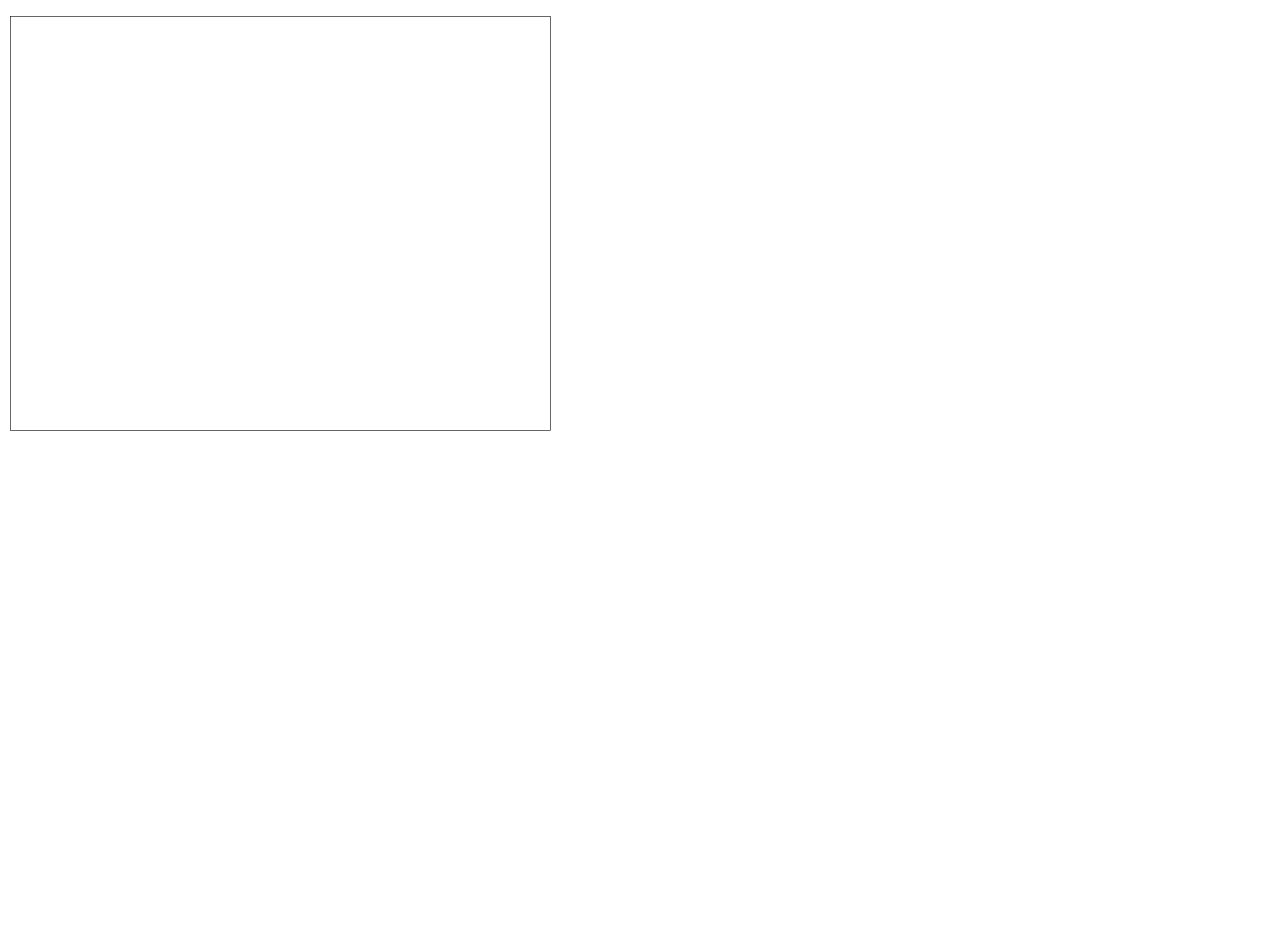
Above: Diagrama sin título.drawio in AlbertoConejeroh/Calculadora (draw.io), before the change. Source tidied: cells renumbered, new cells numbered last; positions are measured from the earlier drawing's top-left corner, leaving out a move shared by most shapes. Both pictures are drawn from the tidied source at 60%, with x=0, y=0 at pixel (10, 16).
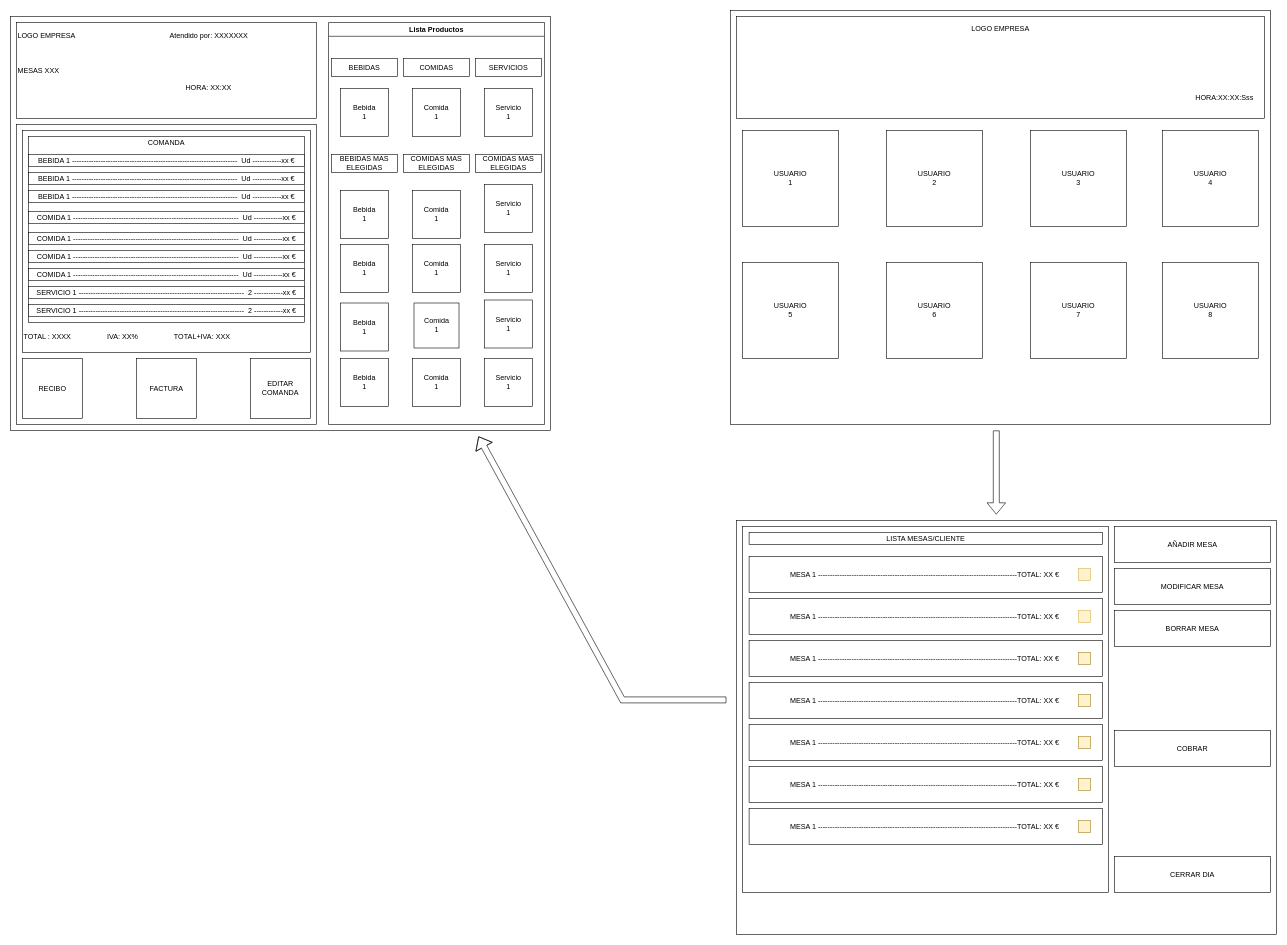
The same diagram, later.

Change to the diagram source:
```diff
@@
+    <mxCell id="3" style="whiteSpace=wrap;html=1;" parent="1" vertex="1">
+      <mxGeometry x="10" y="180" width="500" height="500" as="geometry" />
+    </mxCell>
+    <mxCell id="4" value="&lt;div&gt;&lt;br&gt;&lt;/div&gt;&lt;div&gt;&lt;br&gt;&lt;/div&gt;&lt;div&gt;&lt;br&gt;&lt;/div&gt;&lt;div&gt;&lt;br&gt;&lt;/div&gt;&lt;div&gt;&lt;br&gt;&lt;/div&gt;&lt;div&gt;&lt;br&gt;&lt;/div&gt;&lt;div&gt;&lt;br&gt;&lt;/div&gt;&lt;div&gt;&lt;br&gt;&lt;/div&gt;&lt;div&gt;&lt;br&gt;&lt;/div&gt;&lt;div&gt;&lt;br&gt;&lt;/div&gt;&lt;div&gt;&lt;br&gt;&lt;/div&gt;&lt;div&gt;&lt;br&gt;&lt;/div&gt;&lt;div&gt;&lt;br&gt;&lt;/div&gt;&lt;div&gt;&lt;br&gt;&lt;/div&gt;&lt;div&gt;&lt;br&gt;&lt;/div&gt;&lt;div&gt;&lt;br&gt;&lt;/div&gt;&lt;div&gt;&lt;br&gt;&lt;/div&gt;&lt;div&gt;&lt;br&gt;&lt;/div&gt;&lt;div&gt;&lt;br&gt;&lt;/div&gt;&lt;div&gt;&lt;br&gt;&lt;/div&gt;&lt;div&gt;&lt;br&gt;&lt;/div&gt;&lt;div&gt;&lt;br&gt;&lt;/div&gt;TOTAL : XXXX&amp;nbsp; &amp;nbsp; &amp;nbsp; &amp;nbsp; &amp;nbsp; &amp;nbsp; &amp;nbsp; &amp;nbsp; &amp;nbsp; IVA: XX%&amp;nbsp; &amp;nbsp; &amp;nbsp; &amp;nbsp; &amp;nbsp; &amp;nbsp; &amp;nbsp; &amp;nbsp; &amp;nbsp; TOTAL+IVA: XXX&amp;nbsp; &amp;nbsp; &amp;nbsp; &amp;nbsp; &amp;nbsp; &amp;nbsp; &amp;nbsp;&amp;nbsp;" style="rounded=0;whiteSpace=wrap;html=1;align=left;" parent="1" vertex="1">
+      <mxGeometry x="20" y="190" width="480" height="370" as="geometry" />
+    </mxCell>
+    <mxCell id="5" value="FACTURA" style="whiteSpace=wrap;html=1;" parent="1" vertex="1">
+      <mxGeometry x="210" y="570" width="100" height="100" as="geometry" />
+    </mxCell>
+    <mxCell id="6" value="RECIBO" style="whiteSpace=wrap;html=1;" parent="1" vertex="1">
+      <mxGeometry x="20" y="570" width="100" height="100" as="geometry" />
+    </mxCell>
+    <mxCell id="7" value="EDITAR COMANDA" style="whiteSpace=wrap;html=1;" parent="1" vertex="1">
+      <mxGeometry x="400" y="570" width="100" height="100" as="geometry" />
+    </mxCell>
+    <mxCell id="8" style="edgeStyle=orthogonalEdgeStyle;rounded=0;orthogonalLoop=1;jettySize=auto;html=1;exitX=0.5;exitY=1;exitDx=0;exitDy=0;" parent="1" edge="1" source="3" target="3">
+      <mxGeometry relative="1" as="geometry" />
+    </mxCell>
+    <mxCell id="9" value="Lista Productos" style="swimlane;whiteSpace=wrap;html=1;" parent="1" vertex="1">
+      <mxGeometry x="530" y="10" width="360" height="670" as="geometry" />
+    </mxCell>
+    <mxCell id="10" value="Bebida&lt;div&gt;1&lt;/div&gt;" style="whiteSpace=wrap;html=1;" parent="9" vertex="1">
+      <mxGeometry x="20" y="467.5" width="80" height="80" as="geometry" />
+    </mxCell>
+    <mxCell id="11" value="Bebida&lt;div&gt;1&lt;/div&gt;" style="whiteSpace=wrap;html=1;" parent="9" vertex="1">
+      <mxGeometry x="20" y="280" width="80" height="80" as="geometry" />
+    </mxCell>
+    <mxCell id="12" value="Comida&lt;div&gt;1&lt;/div&gt;" style="whiteSpace=wrap;html=1;" parent="9" vertex="1">
+      <mxGeometry x="142.5" y="467.5" width="75" height="75" as="geometry" />
+    </mxCell>
+    <mxCell id="13" value="Servicio&lt;div&gt;1&lt;/div&gt;" style="whiteSpace=wrap;html=1;" parent="9" vertex="1">
+      <mxGeometry x="260" y="270" width="80" height="80" as="geometry" />
+    </mxCell>
+    <mxCell id="14" value="Servicio&lt;div&gt;1&lt;/div&gt;" style="whiteSpace=wrap;html=1;" parent="9" vertex="1">
+      <mxGeometry x="260" y="462.5" width="80" height="80" as="geometry" />
+    </mxCell>
+    <mxCell id="15" value="Bebida&lt;div&gt;1&lt;/div&gt;" style="whiteSpace=wrap;html=1;" parent="9" vertex="1">
+      <mxGeometry x="20" y="110" width="80" height="80" as="geometry" />
+    </mxCell>
+    <mxCell id="16" value="Comida&lt;div&gt;1&lt;/div&gt;" style="whiteSpace=wrap;html=1;" parent="9" vertex="1">
+      <mxGeometry x="140" y="370" width="80" height="80" as="geometry" />
+    </mxCell>
+    <mxCell id="17" value="Comida&lt;div&gt;1&lt;/div&gt;" style="whiteSpace=wrap;html=1;" parent="9" vertex="1">
+      <mxGeometry x="140" y="110" width="80" height="80" as="geometry" />
+    </mxCell>
+    <mxCell id="18" value="Servicio&lt;div&gt;1&lt;/div&gt;" style="whiteSpace=wrap;html=1;" parent="9" vertex="1">
+      <mxGeometry x="260" y="110" width="80" height="80" as="geometry" />
+    </mxCell>
+    <mxCell id="19" value="COMIDAS" style="rounded=0;whiteSpace=wrap;html=1;" parent="9" vertex="1">
+      <mxGeometry x="125" y="60" width="110" height="30" as="geometry" />
+    </mxCell>
+    <mxCell id="20" value="SERVICIOS" style="rounded=0;whiteSpace=wrap;html=1;" parent="9" vertex="1">
+      <mxGeometry x="245" y="60" width="110" height="30" as="geometry" />
+    </mxCell>
+    <mxCell id="21" value="COMIDAS MAS ELEGIDAS" style="rounded=0;whiteSpace=wrap;html=1;" parent="9" vertex="1">
+      <mxGeometry x="125" y="220" width="110" height="30" as="geometry" />
+    </mxCell>
+    <mxCell id="22" value="COMIDAS MAS ELEGIDAS" style="rounded=0;whiteSpace=wrap;html=1;" parent="9" vertex="1">
+      <mxGeometry x="245" y="220" width="110" height="30" as="geometry" />
+    </mxCell>
+    <mxCell id="23" value="BEBIDAS MAS ELEGIDAS" style="rounded=0;whiteSpace=wrap;html=1;" parent="9" vertex="1">
+      <mxGeometry x="5" y="220" width="110" height="30" as="geometry" />
+    </mxCell>
+    <mxCell id="24" value="Bebida&lt;div&gt;1&lt;/div&gt;" style="whiteSpace=wrap;html=1;" parent="9" vertex="1">
+      <mxGeometry x="20" y="370" width="80" height="80" as="geometry" />
+    </mxCell>
+    <mxCell id="25" value="Comida&lt;div&gt;1&lt;/div&gt;" style="whiteSpace=wrap;html=1;" parent="9" vertex="1">
+      <mxGeometry x="140" y="280" width="80" height="80" as="geometry" />
+    </mxCell>
+    <mxCell id="26" value="Servicio&lt;div&gt;1&lt;/div&gt;" style="whiteSpace=wrap;html=1;" parent="9" vertex="1">
+      <mxGeometry x="260" y="370" width="80" height="80" as="geometry" />
+    </mxCell>
+    <mxCell id="27" value="BEBIDAS" style="rounded=0;whiteSpace=wrap;html=1;" parent="9" vertex="1">
+      <mxGeometry x="5" y="60" width="110" height="30" as="geometry" />
+    </mxCell>
+    <mxCell id="28" value="Bebida&lt;div&gt;1&lt;/div&gt;" style="whiteSpace=wrap;html=1;" parent="1" vertex="1">
+      <mxGeometry x="550" y="570" width="80" height="80" as="geometry" />
+    </mxCell>
+    <mxCell id="29" value="Servicio&lt;div&gt;1&lt;/div&gt;" style="whiteSpace=wrap;html=1;" parent="1" vertex="1">
+      <mxGeometry x="790" y="570" width="80" height="80" as="geometry" />
+    </mxCell>
+    <mxCell id="30" value="Comida&lt;div&gt;1&lt;/div&gt;" style="whiteSpace=wrap;html=1;" parent="1" vertex="1">
+      <mxGeometry x="670" y="570" width="80" height="80" as="geometry" />
+    </mxCell>
+    <mxCell id="31" value="LOGO EMPRESA&amp;nbsp; &amp;nbsp; &amp;nbsp; &amp;nbsp; &amp;nbsp; &amp;nbsp; &amp;nbsp; &amp;nbsp; &amp;nbsp; &amp;nbsp; &amp;nbsp; &amp;nbsp; &amp;nbsp; &amp;nbsp; &amp;nbsp; &amp;nbsp; &amp;nbsp; &amp;nbsp; &amp;nbsp; &amp;nbsp; &amp;nbsp; &amp;nbsp; &amp;nbsp; &amp;nbsp;Atendido por: XXXXXXX&lt;div&gt;&lt;br&gt;&lt;/div&gt;&lt;div&gt;&lt;br&gt;&lt;/div&gt;&lt;div&gt;&lt;br&gt;&lt;/div&gt;&lt;div&gt;MESAS XXX&lt;/div&gt;&lt;div&gt;&lt;br&gt;&lt;/div&gt;&lt;blockquote style=&quot;margin: 0 0 0 40px; border: none; padding: 0px;&quot;&gt;&lt;blockquote style=&quot;margin: 0 0 0 40px; border: none; padding: 0px;&quot;&gt;&lt;blockquote style=&quot;margin: 0 0 0 40px; border: none; padding: 0px;&quot;&gt;&lt;blockquote style=&quot;margin: 0 0 0 40px; border: none; padding: 0px;&quot;&gt;&lt;blockquote style=&quot;margin: 0 0 0 40px; border: none; padding: 0px;&quot;&gt;&lt;blockquote style=&quot;margin: 0 0 0 40px; border: none; padding: 0px;&quot;&gt;&lt;blockquote style=&quot;margin: 0 0 0 40px; border: none; padding: 0px;&quot;&gt;&lt;div&gt;HORA: XX:XX&lt;/div&gt;&lt;/blockquote&gt;&lt;/blockquote&gt;&lt;/blockquote&gt;&lt;/blockquote&gt;&lt;/blockquote&gt;&lt;/blockquote&gt;&lt;/blockquote&gt;&lt;div&gt;&lt;br&gt;&lt;/div&gt;&lt;div&gt;&lt;br&gt;&lt;/div&gt;" style="rounded=0;whiteSpace=wrap;html=1;align=left;" parent="1" vertex="1">
+      <mxGeometry x="10" y="10" width="500" height="160" as="geometry" />
+    </mxCell>
+    <mxCell id="32" style="rounded=0;whiteSpace=wrap;html=1;" parent="1" vertex="1">
+      <mxGeometry x="1200" y="-10" width="900" height="690" as="geometry" />
+    </mxCell>
+    <mxCell id="33" value="LOGO EMPRESA&lt;div&gt;&lt;br&gt;&lt;/div&gt;&lt;div&gt;&lt;br&gt;&lt;/div&gt;&lt;div&gt;&lt;br&gt;&lt;/div&gt;&lt;div&gt;&lt;br&gt;&lt;/div&gt;&lt;div&gt;&lt;br&gt;&lt;/div&gt;&lt;div style=&quot;text-align: left;&quot;&gt;&lt;br&gt;&lt;/div&gt;&lt;div&gt;&lt;br&gt;&lt;/div&gt;&lt;div&gt;&lt;span style=&quot;white-space: pre;&quot;&gt;&#9;&lt;/span&gt;&lt;span style=&quot;white-space: pre;&quot;&gt;&#9;&lt;/span&gt;&lt;span style=&quot;white-space: pre;&quot;&gt;&#9;&lt;/span&gt;&lt;span style=&quot;white-space: pre;&quot;&gt;&#9;&lt;/span&gt;&lt;span style=&quot;white-space: pre;&quot;&gt;&#9;&lt;/span&gt;&lt;span style=&quot;white-space: pre;&quot;&gt;&#9;&lt;/span&gt;&lt;span style=&quot;white-space: pre;&quot;&gt;&#9;&lt;/span&gt;&lt;span style=&quot;white-space: pre;&quot;&gt;&#9;&lt;/span&gt;&lt;span style=&quot;white-space: pre;&quot;&gt;&#9;&lt;/span&gt;&lt;span style=&quot;white-space: pre;&quot;&gt;&#9;&lt;/span&gt;&lt;span style=&quot;white-space: pre;&quot;&gt;&#9;&lt;/span&gt;&lt;span style=&quot;white-space: pre;&quot;&gt;&#9;&lt;/span&gt;&lt;span style=&quot;white-space: pre;&quot;&gt;&#9;&lt;/span&gt;&lt;span style=&quot;white-space: pre;&quot;&gt;&#9;&lt;/span&gt;&lt;span style=&quot;white-space: pre;&quot;&gt;&#9;&lt;/span&gt;&lt;span style=&quot;white-space: pre;&quot;&gt;&#9;&lt;/span&gt;&lt;span style=&quot;white-space: pre;&quot;&gt;&#9;&lt;/span&gt;&lt;span style=&quot;white-space: pre;&quot;&gt;&#9;&lt;/span&gt;&lt;span style=&quot;white-space: pre;&quot;&gt;&#9;&lt;/span&gt;&lt;span style=&quot;white-space: pre;&quot;&gt;&#9;&lt;/span&gt;&lt;span style=&quot;white-space: pre;&quot;&gt;&#9;&lt;/span&gt;&lt;span style=&quot;white-space: pre;&quot;&gt;&#9;&lt;/span&gt;&lt;span style=&quot;white-space: pre;&quot;&gt;&#9;&lt;/span&gt;&lt;span style=&quot;white-space: pre;&quot;&gt;&#9;&lt;/span&gt;&lt;span style=&quot;white-space: pre;&quot;&gt;&#9;&lt;/span&gt;&lt;span style=&quot;white-space: pre;&quot;&gt;&#9;&lt;/span&gt;&lt;span style=&quot;white-space: pre;&quot;&gt;&#9;&lt;/span&gt;&lt;span style=&quot;white-space: pre;&quot;&gt;&#9;&lt;/span&gt;HORA:XX:XX:Sss&lt;/div&gt;&lt;div style=&quot;padding-top: 0px; padding-right: 0px; padding-left: 0px;&quot;&gt;&lt;br&gt;&lt;/div&gt;" style="rounded=0;whiteSpace=wrap;html=1;" parent="1" vertex="1">
+      <mxGeometry x="1210" width="880" height="170" as="geometry" />
+    </mxCell>
+    <mxCell id="34" value="USUARIO&lt;div&gt;1&lt;/div&gt;" style="whiteSpace=wrap;html=1;" parent="1" vertex="1">
+      <mxGeometry x="1220" y="190" width="160" height="160" as="geometry" />
+    </mxCell>
+    <mxCell id="35" value="USUARIO&lt;div&gt;2&lt;/div&gt;" style="whiteSpace=wrap;html=1;" parent="1" vertex="1">
+      <mxGeometry x="1460" y="190" width="160" height="160" as="geometry" />
+    </mxCell>
+    <mxCell id="36" value="USUARIO&lt;div&gt;3&lt;/div&gt;" style="whiteSpace=wrap;html=1;" parent="1" vertex="1">
+      <mxGeometry x="1700" y="190" width="160" height="160" as="geometry" />
+    </mxCell>
+    <mxCell id="37" value="USUARIO&lt;div&gt;4&lt;/div&gt;" style="whiteSpace=wrap;html=1;" parent="1" vertex="1">
+      <mxGeometry x="1920" y="190" width="160" height="160" as="geometry" />
+    </mxCell>
+    <mxCell id="38" value="USUARIO&lt;div&gt;5&lt;/div&gt;" style="whiteSpace=wrap;html=1;" parent="1" vertex="1">
+      <mxGeometry x="1220" y="410" width="160" height="160" as="geometry" />
+    </mxCell>
+    <mxCell id="39" value="USUARIO&lt;div&gt;6&lt;/div&gt;" style="whiteSpace=wrap;html=1;" parent="1" vertex="1">
+      <mxGeometry x="1460" y="410" width="160" height="160" as="geometry" />
+    </mxCell>
+    <mxCell id="40" value="USUARIO&lt;div&gt;8&lt;/div&gt;" style="whiteSpace=wrap;html=1;" parent="1" vertex="1">
+      <mxGeometry x="1920" y="410" width="160" height="160" as="geometry" />
+    </mxCell>
+    <mxCell id="41" value="USUARIO&lt;div&gt;7&lt;/div&gt;" style="whiteSpace=wrap;html=1;" parent="1" vertex="1">
+      <mxGeometry x="1700" y="410" width="160" height="160" as="geometry" />
+    </mxCell>
+    <mxCell id="42" style="shape=flexArrow;endArrow=classic;html=1;rounded=0;" parent="1" edge="1">
+      <mxGeometry relative="1" as="geometry">
+        <mxPoint x="1643" y="690" as="sourcePoint" />
+        <mxPoint x="1643" y="830" as="targetPoint" />
+      </mxGeometry>
+    </mxCell>
+    <mxCell id="43" style="rounded=0;whiteSpace=wrap;html=1;" parent="1" vertex="1">
+      <mxGeometry x="1210" y="840" width="900" height="690" as="geometry" />
+    </mxCell>
+    <mxCell id="44" style="whiteSpace=wrap;html=1;" parent="1" vertex="1">
+      <mxGeometry x="1220" y="850" width="610" height="610" as="geometry" />
+    </mxCell>
+    <mxCell id="45" value="AÑADIR MESA" style="rounded=0;whiteSpace=wrap;html=1;" parent="1" vertex="1">
+      <mxGeometry x="1840" y="850" width="260" height="60" as="geometry" />
+    </mxCell>
+    <mxCell id="46" value="BORRAR MESA" style="rounded=0;whiteSpace=wrap;html=1;" parent="1" vertex="1">
+      <mxGeometry x="1840" y="990" width="260" height="60" as="geometry" />
+    </mxCell>
+    <mxCell id="47" value="MODIFICAR MESA" style="rounded=0;whiteSpace=wrap;html=1;" parent="1" vertex="1">
+      <mxGeometry x="1840" y="920" width="260" height="60" as="geometry" />
+    </mxCell>
+    <mxCell id="48" value="CERRAR DIA" style="rounded=0;whiteSpace=wrap;html=1;" parent="1" vertex="1">
+      <mxGeometry x="1840" y="1400" width="260" height="60" as="geometry" />
+    </mxCell>
+    <mxCell id="49" value="LISTA MESAS/CLIENTE" style="rounded=0;whiteSpace=wrap;html=1;" parent="1" vertex="1">
+      <mxGeometry x="1231" y="860" width="589" height="20" as="geometry" />
+    </mxCell>
+    <mxCell id="50" value="MESA 1 -----------------------------------------------------------------------------------TOTAL: XX €&amp;nbsp;" style="rounded=0;whiteSpace=wrap;html=1;" parent="1" vertex="1">
+      <mxGeometry x="1231" y="900" width="589" height="60" as="geometry" />
+    </mxCell>
+    <mxCell id="51" value="MESA 1 -----------------------------------------------------------------------------------TOTAL: XX €&amp;nbsp;" style="rounded=0;whiteSpace=wrap;html=1;" parent="1" vertex="1">
+      <mxGeometry x="1231" y="970" width="589" height="60" as="geometry" />
+    </mxCell>
+    <mxCell id="52" value="MESA 1 -----------------------------------------------------------------------------------TOTAL: XX €&amp;nbsp;" style="rounded=0;whiteSpace=wrap;html=1;" parent="1" vertex="1">
+      <mxGeometry x="1231" y="1040" width="589" height="60" as="geometry" />
+    </mxCell>
+    <mxCell id="53" value="MESA 1 -----------------------------------------------------------------------------------TOTAL: XX €&amp;nbsp;" style="rounded=0;whiteSpace=wrap;html=1;" parent="1" vertex="1">
+      <mxGeometry x="1231" y="1110" width="589" height="60" as="geometry" />
+    </mxCell>
+    <mxCell id="54" value="MESA 1 -----------------------------------------------------------------------------------TOTAL: XX €&amp;nbsp;" style="rounded=0;whiteSpace=wrap;html=1;" parent="1" vertex="1">
+      <mxGeometry x="1231" y="1180" width="589" height="60" as="geometry" />
+    </mxCell>
+    <mxCell id="55" value="MESA 1 -----------------------------------------------------------------------------------TOTAL: XX €&amp;nbsp;" style="rounded=0;whiteSpace=wrap;html=1;" parent="1" vertex="1">
+      <mxGeometry x="1231" y="1250" width="589" height="60" as="geometry" />
+    </mxCell>
+    <mxCell id="56" value="MESA 1 -----------------------------------------------------------------------------------TOTAL: XX €&amp;nbsp;" style="rounded=0;whiteSpace=wrap;html=1;" parent="1" vertex="1">
+      <mxGeometry x="1231" y="1320" width="589" height="60" as="geometry" />
+    </mxCell>
+    <mxCell id="57" style="whiteSpace=wrap;html=1;fillColor=#fff2cc;strokeColor=#d6b656;" parent="1" vertex="1">
+      <mxGeometry x="1780" y="920" width="20" height="20" as="geometry" />
+    </mxCell>
+    <mxCell id="58" style="whiteSpace=wrap;html=1;fillColor=#fff2cc;strokeColor=#d6b656;" parent="1" vertex="1">
+      <mxGeometry x="1780" y="990" width="20" height="20" as="geometry" />
+    </mxCell>
+    <mxCell id="59" style="whiteSpace=wrap;html=1;" parent="1" vertex="1">
+      <mxGeometry x="1780" y="1060" width="20" height="20" as="geometry" />
+    </mxCell>
+    <mxCell id="60" style="whiteSpace=wrap;html=1;" parent="1" vertex="1">
+      <mxGeometry x="1780" y="1130" width="20" height="20" as="geometry" />
+    </mxCell>
+    <mxCell id="61" style="whiteSpace=wrap;html=1;" parent="1" vertex="1">
+      <mxGeometry x="1780" y="1200" width="20" height="20" as="geometry" />
+    </mxCell>
+    <mxCell id="62" style="whiteSpace=wrap;html=1;" parent="1" vertex="1">
+      <mxGeometry x="1780" y="1270" width="20" height="20" as="geometry" />
+    </mxCell>
+    <mxCell id="63" style="whiteSpace=wrap;html=1;" parent="1" vertex="1">
+      <mxGeometry x="1780" y="1340" width="20" height="20" as="geometry" />
+    </mxCell>
+    <mxCell id="64" value="COMANDA&lt;div&gt;&lt;br&gt;&lt;/div&gt;&lt;div&gt;&lt;br&gt;&lt;/div&gt;&lt;div&gt;&lt;br&gt;&lt;/div&gt;&lt;div&gt;&lt;br&gt;&lt;/div&gt;&lt;div&gt;&lt;br&gt;&lt;/div&gt;&lt;div&gt;&lt;br&gt;&lt;/div&gt;&lt;div&gt;&lt;br&gt;&lt;/div&gt;&lt;div&gt;&lt;br&gt;&lt;/div&gt;&lt;div&gt;&lt;br&gt;&lt;/div&gt;&lt;div&gt;&lt;br&gt;&lt;/div&gt;&lt;div&gt;&lt;br&gt;&lt;/div&gt;&lt;div&gt;&lt;br&gt;&lt;/div&gt;&lt;div&gt;&lt;br&gt;&lt;/div&gt;&lt;div&gt;&lt;br&gt;&lt;/div&gt;&lt;div&gt;&lt;br&gt;&lt;/div&gt;&lt;div&gt;&lt;br&gt;&lt;/div&gt;&lt;div&gt;&lt;br&gt;&lt;/div&gt;&lt;div&gt;&lt;br&gt;&lt;/div&gt;&lt;div&gt;&lt;br&gt;&lt;/div&gt;&lt;div&gt;&lt;br&gt;&lt;/div&gt;" style="rounded=0;whiteSpace=wrap;html=1;" parent="1" vertex="1">
+      <mxGeometry x="30" y="200" width="460" height="310" as="geometry" />
+    </mxCell>
+    <mxCell id="65" value="BEBIDA 1 ---------------------------------------------------------------------&amp;nbsp; Ud ------------xx €" style="rounded=0;whiteSpace=wrap;html=1;" parent="1" vertex="1">
+      <mxGeometry x="30" y="230" width="460" height="20" as="geometry" />
+    </mxCell>
+    <mxCell id="66" value="BEBIDA 1 ---------------------------------------------------------------------&amp;nbsp; Ud ------------xx €" style="rounded=0;whiteSpace=wrap;html=1;" parent="1" vertex="1">
+      <mxGeometry x="30" y="260" width="460" height="20" as="geometry" />
+    </mxCell>
+    <mxCell id="67" value="BEBIDA 1 ---------------------------------------------------------------------&amp;nbsp; Ud ------------xx €" style="rounded=0;whiteSpace=wrap;html=1;" parent="1" vertex="1">
+      <mxGeometry x="30" y="290" width="460" height="20" as="geometry" />
+    </mxCell>
+    <mxCell id="68" value="COMIDA 1 ---------------------------------------------------------------------&amp;nbsp; Ud ------------xx €" style="rounded=0;whiteSpace=wrap;html=1;" parent="1" vertex="1">
+      <mxGeometry x="30" y="325" width="460" height="20" as="geometry" />
+    </mxCell>
+    <mxCell id="69" value="COMIDA 1 ---------------------------------------------------------------------&amp;nbsp; Ud ------------xx €" style="rounded=0;whiteSpace=wrap;html=1;" parent="1" vertex="1">
+      <mxGeometry x="30" y="360" width="460" height="20" as="geometry" />
+    </mxCell>
+    <mxCell id="70" value="COMIDA 1 ---------------------------------------------------------------------&amp;nbsp; Ud ------------xx €" style="rounded=0;whiteSpace=wrap;html=1;" parent="1" vertex="1">
+      <mxGeometry x="30" y="390" width="460" height="20" as="geometry" />
+    </mxCell>
+    <mxCell id="71" value="COMIDA 1 ---------------------------------------------------------------------&amp;nbsp; Ud ------------xx €" style="rounded=0;whiteSpace=wrap;html=1;" parent="1" vertex="1">
+      <mxGeometry x="30" y="420" width="460" height="20" as="geometry" />
+    </mxCell>
+    <mxCell id="72" value="SERVICIO 1 ---------------------------------------------------------------------&amp;nbsp; 2 ------------xx €" style="rounded=0;whiteSpace=wrap;html=1;" parent="1" vertex="1">
+      <mxGeometry x="30" y="450" width="460" height="20" as="geometry" />
+    </mxCell>
+    <mxCell id="73" value="SERVICIO 1 ---------------------------------------------------------------------&amp;nbsp; 2 ------------xx €" style="rounded=0;whiteSpace=wrap;html=1;" parent="1" vertex="1">
+      <mxGeometry x="30" y="480" width="460" height="20" as="geometry" />
+    </mxCell>
+    <mxCell id="74" style="shape=flexArrow;endArrow=classic;html=1;rounded=0;" parent="1" edge="1">
+      <mxGeometry relative="1" as="geometry">
+        <mxPoint x="1193" y="1139" as="sourcePoint" />
+        <mxPoint x="780" y="700" as="targetPoint" />
+        <Array as="points">
+          <mxPoint x="1020" y="1139" />
+        </Array>
+      </mxGeometry>
+    </mxCell>
+    <mxCell id="75" value="COBRAR" style="rounded=0;whiteSpace=wrap;html=1;" parent="1" vertex="1">
+      <mxGeometry x="1840" y="1190" width="260" height="60" as="geometry" />
+    </mxCell>
+    <mxCell id="76" style="whiteSpace=wrap;html=1;fillColor=#fff2cc;strokeColor=#d6b656;" parent="1" vertex="1">
+      <mxGeometry x="1780" y="1060" width="20" height="20" as="geometry" />
+    </mxCell>
+    <mxCell id="77" style="whiteSpace=wrap;html=1;fillColor=#fff2cc;strokeColor=#d6b656;" parent="1" vertex="1">
+      <mxGeometry x="1780" y="1130" width="20" height="20" as="geometry" />
+    </mxCell>
+    <mxCell id="78" style="whiteSpace=wrap;html=1;fillColor=#fff2cc;strokeColor=#d6b656;" parent="1" vertex="1">
+      <mxGeometry x="1780" y="1200" width="20" height="20" as="geometry" />
+    </mxCell>
+    <mxCell id="79" style="whiteSpace=wrap;html=1;fillColor=#fff2cc;strokeColor=#d6b656;" parent="1" vertex="1">
+      <mxGeometry x="1780" y="1270" width="20" height="20" as="geometry" />
+    </mxCell>
+    <mxCell id="80" style="whiteSpace=wrap;html=1;fillColor=#fff2cc;strokeColor=#d6b656;" parent="1" vertex="1">
+      <mxGeometry x="1780" y="1340" width="20" height="20" as="geometry" />
+    </mxCell>
```
